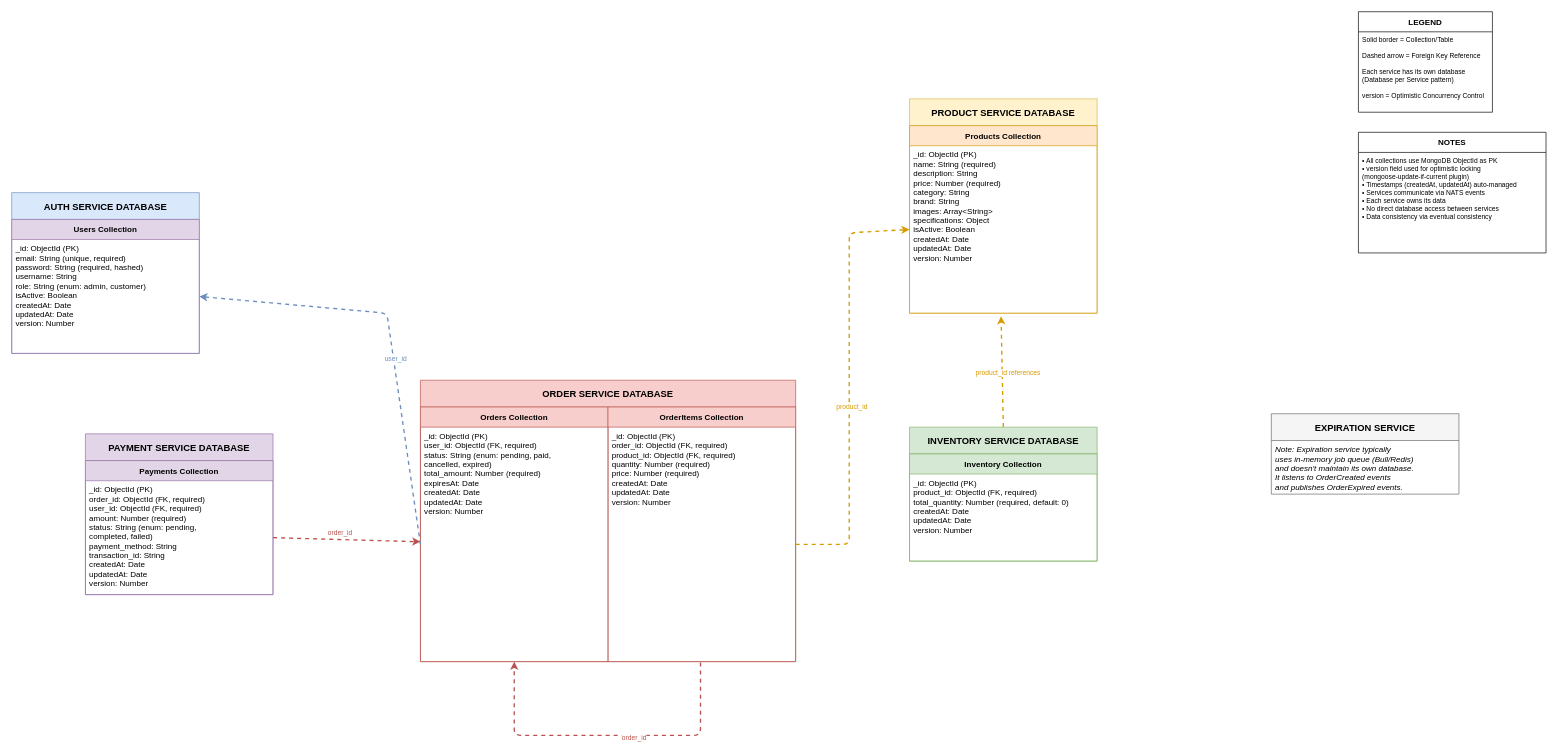
Before: Document/Database-Structure.drawio in n0aHVN/TableTennisShop, a draw.io diagram. Source tidied: cells renumbered, new cells numbered last; positions are measured from the earlier drawing's top-left corner, leaving out a move shared by most shapes. Both pictures are drawn from the tidied source at 67%, with x=0, y=0 at pixel (11, 11).
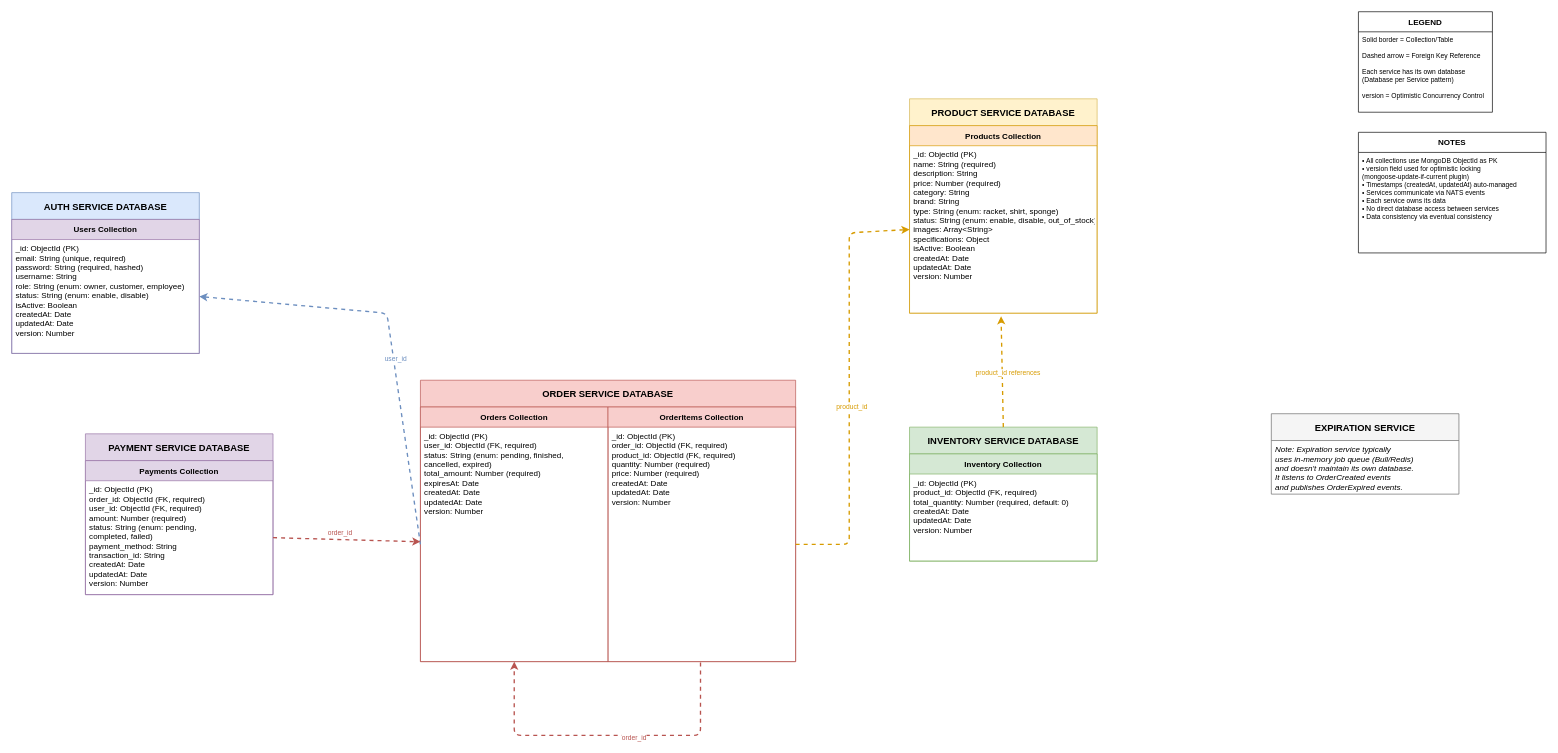
After the change.

The change refers to these unchanged cells:
```xml
<mxCell id="3" value="Users Collection" style="swimlane;fontStyle=1;horizontal=1;startSize=30;fillColor=#e1d5e7;strokeColor=#9673a6;" parent="2" vertex="1">
  <mxGeometry y="40" width="280" height="200" as="geometry" />
</mxCell>
<mxCell id="6" value="Products Collection" style="swimlane;fontStyle=1;horizontal=1;startSize=30;fillColor=#ffe6cc;strokeColor=#d79b00;" parent="5" vertex="1">
  <mxGeometry y="40" width="280" height="280" as="geometry" />
</mxCell>
<mxCell id="12" value="Orders Collection" style="swimlane;fontStyle=1;horizontal=1;startSize=30;fillColor=#f8cecc;strokeColor=#b85450;" parent="11" vertex="1">
  <mxGeometry y="40" width="280" height="380" as="geometry" />
</mxCell>
```

The edit, as a diff of the source:
```diff
@@
-    <mxCell id="4" value="_id: ObjectId (PK)&#10;email: String (unique, required)&#10;password: String (required, hashed)&#10;username: String&#10;role: String (enum: admin, customer)&#10;isActive: Boolean&#10;createdAt: Date&#10;updatedAt: Date&#10;version: Number" style="text;strokeColor=none;fillColor=none;align=left;verticalAlign=top;spacingLeft=4;spacingRight=4;overflow=hidden;points=[[0,0.5],[1,0.5]];portConstraint=eastwest;" parent="3" vertex="1">
+    <mxCell id="4" value="_id: ObjectId (PK)&#10;email: String (unique, required)&#10;password: String (required, hashed)&#10;username: String&#10;role: String (enum: owner, customer, employee)&#10;status: String (enum: enable, disable)&#10;isActive: Boolean&#10;createdAt: Date&#10;updatedAt: Date&#10;version: Number" style="text;strokeColor=none;fillColor=none;align=left;verticalAlign=top;spacingLeft=4;spacingRight=4;overflow=hidden;points=[[0,0.5],[1,0.5]];portConstraint=eastwest;" parent="3" vertex="1">
       <mxGeometry y="30" width="280" height="170" as="geometry" />
     </mxCell>
@@
-    <mxCell id="7" value="_id: ObjectId (PK)&#10;name: String (required)&#10;description: String&#10;price: Number (required)&#10;category: String&#10;brand: String&#10;images: Array&lt;String&gt;&#10;specifications: Object&#10;isActive: Boolean&#10;createdAt: Date&#10;updatedAt: Date&#10;version: Number" style="text;strokeColor=none;fillColor=none;align=left;verticalAlign=top;spacingLeft=4;spacingRight=4;overflow=hidden;points=[[0,0.5],[1,0.5]];portConstraint=eastwest;" parent="6" vertex="1">
+    <mxCell id="7" value="_id: ObjectId (PK)&#10;name: String (required)&#10;description: String&#10;price: Number (required)&#10;category: String&#10;brand: String&#10;type: String (enum: racket, shirt, sponge)&#10;status: String (enum: enable, disable, out_of_stock)&#10;images: Array&lt;String&gt;&#10;specifications: Object&#10;isActive: Boolean&#10;createdAt: Date&#10;updatedAt: Date&#10;version: Number" style="text;strokeColor=none;fillColor=none;align=left;verticalAlign=top;spacingLeft=4;spacingRight=4;overflow=hidden;points=[[0,0.5],[1,0.5]];portConstraint=eastwest;" parent="6" vertex="1">
       <mxGeometry y="30" width="280" height="250" as="geometry" />
     </mxCell>
@@
-    <mxCell id="13" value="_id: ObjectId (PK)&#10;user_id: ObjectId (FK, required)&#10;status: String (enum: pending, paid, &#10;   cancelled, expired)&#10;total_amount: Number (required)&#10;expiresAt: Date&#10;createdAt: Date&#10;updatedAt: Date&#10;version: Number" style="text;strokeColor=none;fillColor=none;align=left;verticalAlign=top;spacingLeft=4;spacingRight=4;overflow=hidden;points=[[0,0.5],[1,0.5]];portConstraint=eastwest;" parent="12" vertex="1">
+    <mxCell id="13" value="_id: ObjectId (PK)&#10;user_id: ObjectId (FK, required)&#10;status: String (enum: pending, finished, &#10;   cancelled, expired)&#10;total_amount: Number (required)&#10;expiresAt: Date&#10;createdAt: Date&#10;updatedAt: Date&#10;version: Number" style="text;strokeColor=none;fillColor=none;align=left;verticalAlign=top;spacingLeft=4;spacingRight=4;overflow=hidden;points=[[0,0.5],[1,0.5]];portConstraint=eastwest;" parent="12" vertex="1">
       <mxGeometry y="30" width="280" height="350" as="geometry" />
     </mxCell>
```
